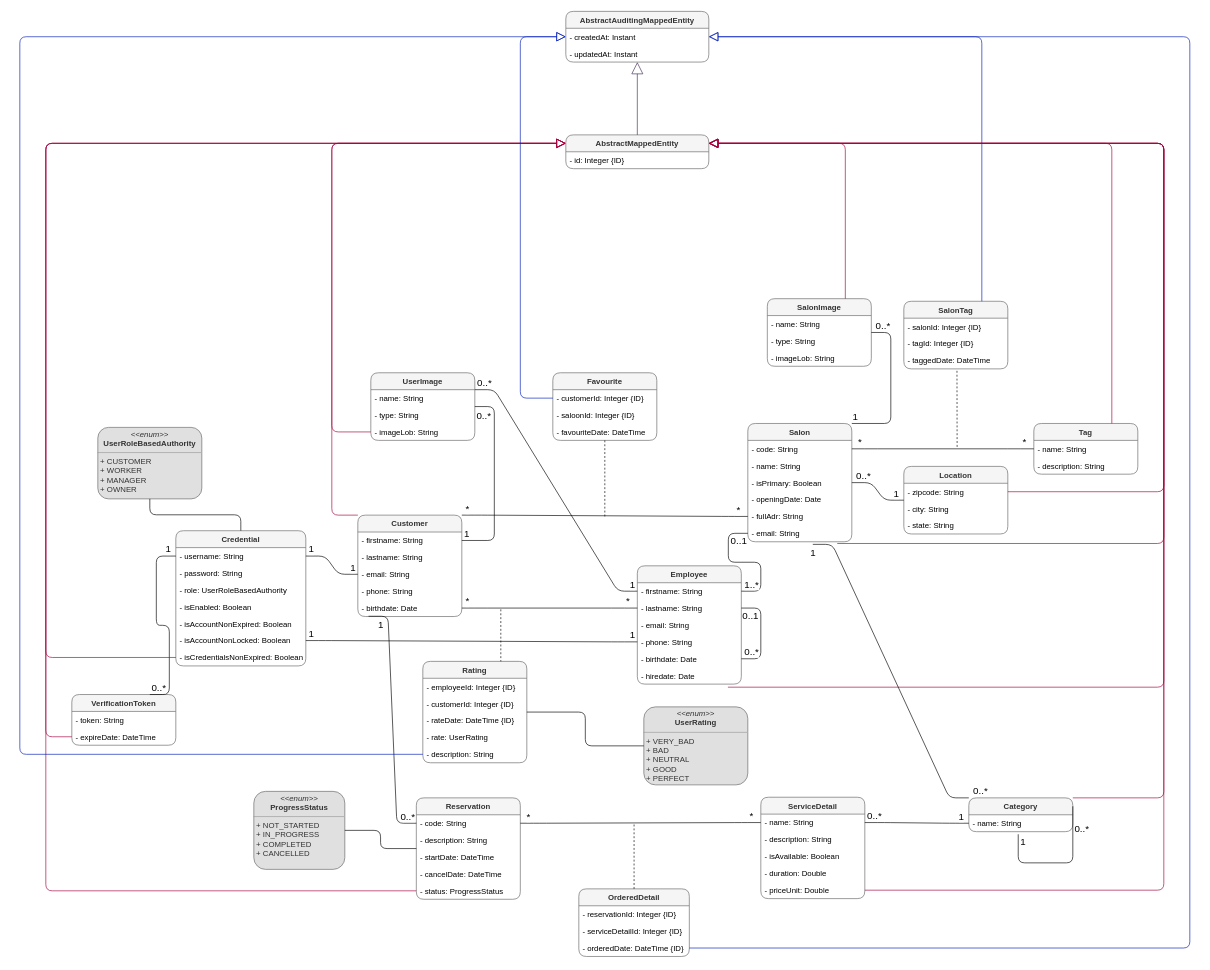
SelimHorri/atic-backend-app keeps this draw.io diagram as docs/doc/cita_class_diag.drawio. Above is the earlier version. Source tidied: cells renumbered, new cells numbered last; positions are measured from the earlier drawing's top-left corner, leaving out a move shared by most shapes. Both pictures are drawn from the tidied source at 65%, with x=0, y=0 at pixel (20, 11).
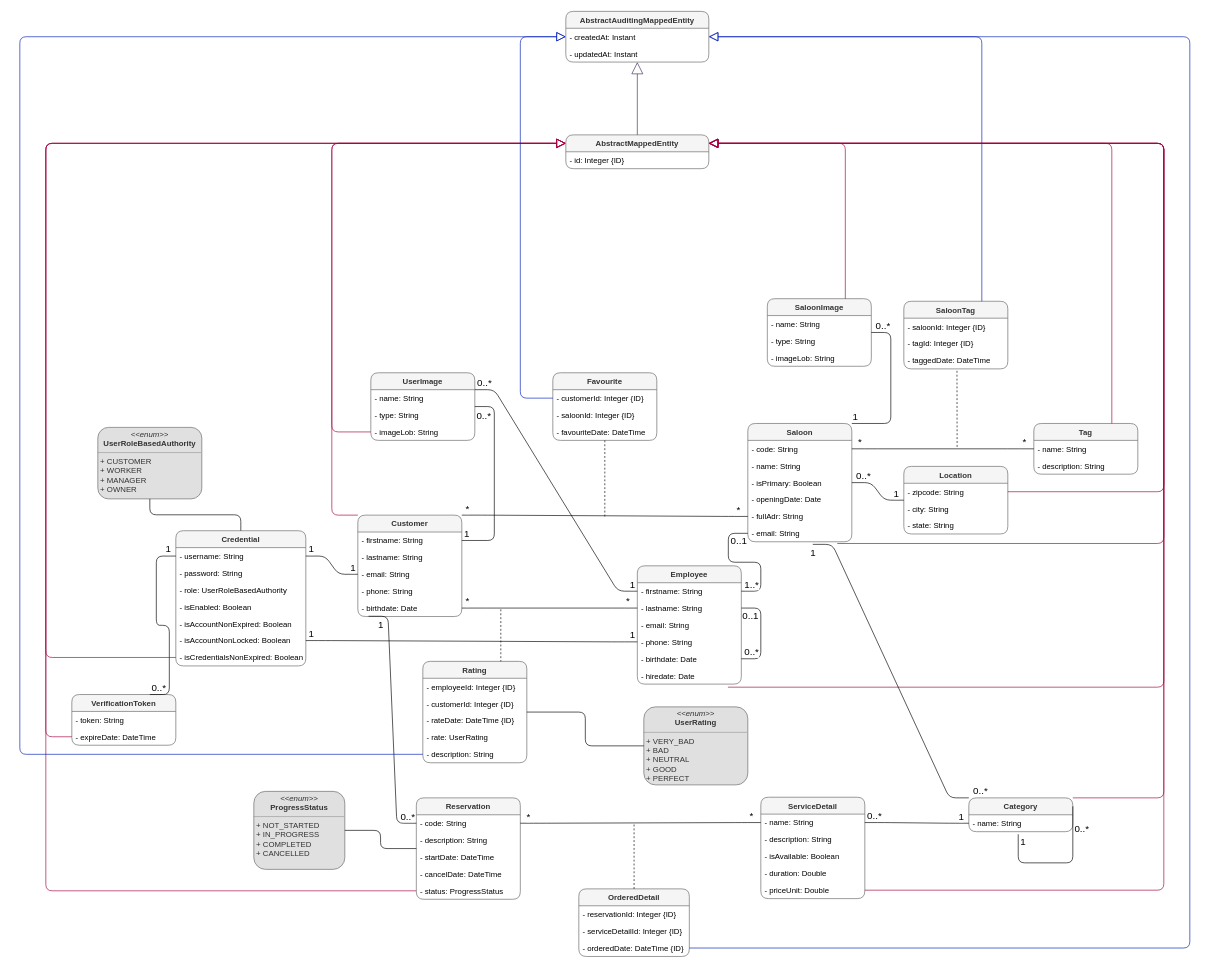
After the change.

What changed in the source:
```diff
@@
-    <mxCell id="37" value="Salon" style="swimlane;fontStyle=1;align=center;verticalAlign=top;horizontal=1;startSize=26;rounded=1;sketch=0;fillColor=#f5f5f5;fontColor=#333333;strokeColor=#666666;" parent="1" vertex="1">
+    <mxCell id="37" value="Saloon" style="swimlane;fontStyle=1;align=center;verticalAlign=top;horizontal=1;startSize=26;rounded=1;sketch=0;fillColor=#f5f5f5;fontColor=#333333;strokeColor=#666666;" parent="1" vertex="1">
       <mxGeometry x="1120" y="634" width="160" height="182" as="geometry" />
     </mxCell>
@@
-    <mxCell id="84" value="SalonImage" style="swimlane;fontStyle=1;align=center;verticalAlign=top;horizontal=1;startSize=26;rounded=1;sketch=0;fillColor=#f5f5f5;fontColor=#333333;strokeColor=#666666;" parent="1" vertex="1">
+    <mxCell id="84" value="SaloonImage" style="swimlane;fontStyle=1;align=center;verticalAlign=top;horizontal=1;startSize=26;rounded=1;sketch=0;fillColor=#f5f5f5;fontColor=#333333;strokeColor=#666666;" parent="1" vertex="1">
       <mxGeometry x="1150" y="442" width="160" height="104" as="geometry" />
     </mxCell>
@@
-    <mxCell id="92" value="SalonTag" style="swimlane;fontStyle=1;align=center;verticalAlign=top;horizontal=1;startSize=26;rounded=1;sketch=0;fillColor=#f5f5f5;fontColor=#333333;strokeColor=#666666;" parent="1" vertex="1">
+    <mxCell id="92" value="SaloonTag" style="swimlane;fontStyle=1;align=center;verticalAlign=top;horizontal=1;startSize=26;rounded=1;sketch=0;fillColor=#f5f5f5;fontColor=#333333;strokeColor=#666666;" parent="1" vertex="1">
       <mxGeometry x="1360" y="446" width="160" height="104" as="geometry" />
     </mxCell>
-    <mxCell id="93" value="- salonId: Integer {ID}" style="text;strokeColor=none;fillColor=none;align=left;verticalAlign=top;spacingLeft=4;spacingRight=4;overflow=hidden;rounded=1;sketch=0;" parent="92" vertex="1">
+    <mxCell id="93" value="- saloonId: Integer {ID}" style="text;strokeColor=none;fillColor=none;align=left;verticalAlign=top;spacingLeft=4;spacingRight=4;overflow=hidden;rounded=1;sketch=0;" parent="92" vertex="1">
       <mxGeometry y="26" width="160" height="26" as="geometry" />
     </mxCell>
```
